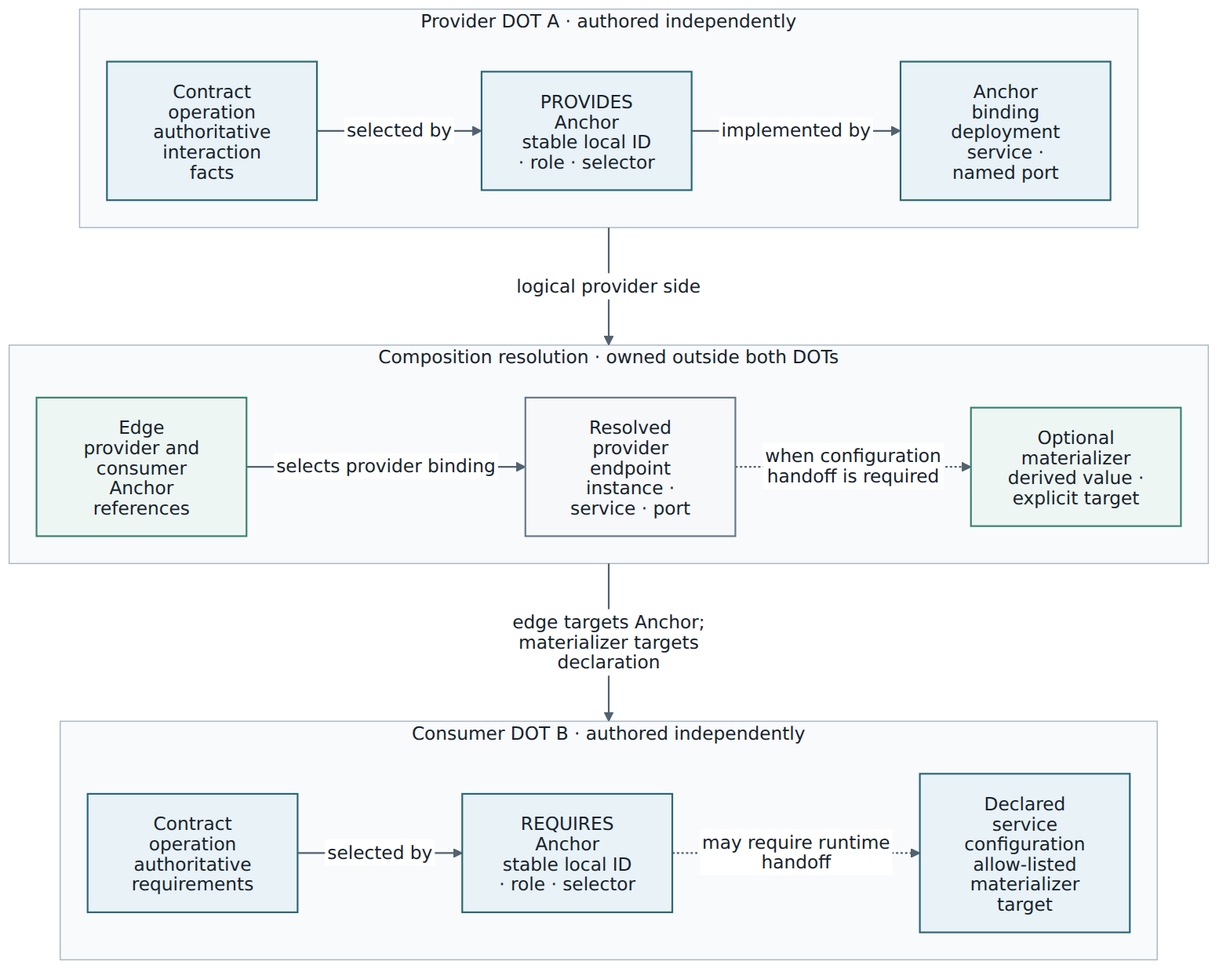
Before: DOT-Design/next/dot-design/_images/diagrams/dot-ownership-chain.png, a diagram exported from Mermaid (MARE-EU-Project/DOT-Docs). Its source is kept beside it as DOT-Design/next/dot-design/_attachments/diagrams/dot-ownership-chain.mmd.
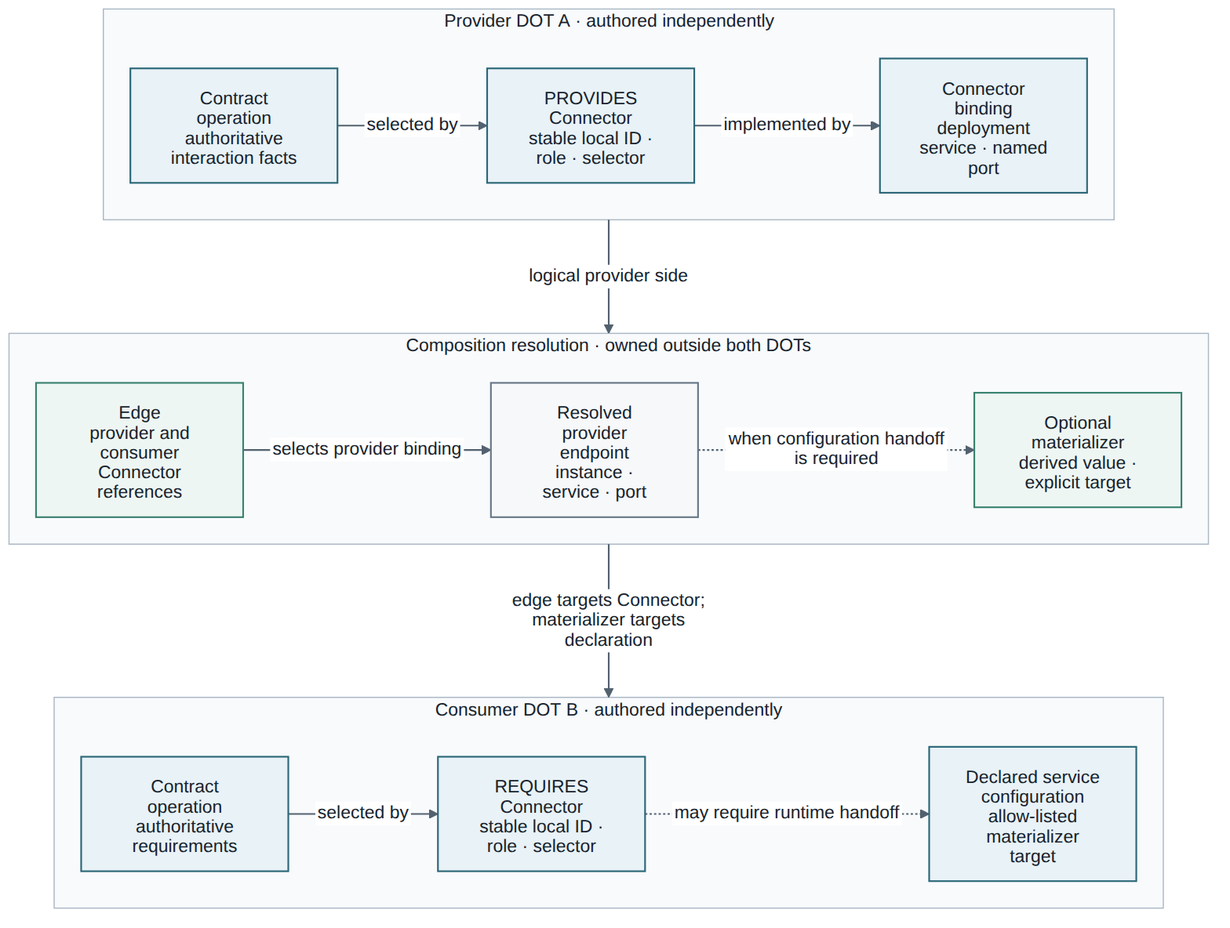
Later version of the same file.

What changed in the source:
```diff
@@ -1,19 +1,19 @@
 flowchart TB
   accTitle: Ownership chain from provider DOT to consumer DOT
-  accDescr: A provider Contract, Anchor, and service-port binding are connected through a composition-owned edge, resolved endpoint, and optional materializer to a consumer Anchor and declared configuration target.
+  accDescr: A provider Contract, Connector, and service-port binding are connected through a composition-owned edge, resolved endpoint, and optional materializer to a consumer Connector and declared configuration target.
 
   subgraph Provider["Provider DOT A · authored independently"]
     direction LR
     PContract["Contract operation<br/>authoritative interaction facts"]
-    PAnchor["PROVIDES Anchor<br/>stable local ID · role · selector"]
-    PBinding["Anchor binding<br/>deployment service · named port"]
-    PContract -->|selected by| PAnchor
-    PAnchor -->|implemented by| PBinding
+    PConnector["PROVIDES Connector<br/>stable local ID · role · selector"]
+    PBinding["Connector binding<br/>deployment service · named port"]
+    PContract -->|selected by| PConnector
+    PConnector -->|implemented by| PBinding
   end
 
   subgraph Resolution["Composition resolution · owned outside both DOTs"]
     direction LR
-    Edge["Edge<br/>provider and consumer Anchor references"]
+    Edge["Edge<br/>provider and consumer Connector references"]
     Endpoint["Resolved provider endpoint<br/>instance · service · port"]
     Materializer["Optional materializer<br/>derived value · explicit target"]
     Edge -->|selects provider binding| Endpoint
@@ -23,18 +23,18 @@
   subgraph Consumer["Consumer DOT B · authored independently"]
     direction LR
     CContract["Contract operation<br/>authoritative requirements"]
-    CAnchor["REQUIRES Anchor<br/>stable local ID · role · selector"]
+    CConnector["REQUIRES Connector<br/>stable local ID · role · selector"]
     CConfig["Declared service configuration<br/>allow-listed materializer target"]
-    CContract -->|selected by| CAnchor
-    CAnchor -.->|may require runtime handoff| CConfig
+    CContract -->|selected by| CConnector
+    CConnector -.->|may require runtime handoff| CConfig
   end
 
   Provider -->|logical provider side| Resolution
-  Resolution -->|edge targets Anchor; materializer targets declaration| Consumer
+  Resolution -->|edge targets Connector; materializer targets declaration| Consumer
 
   classDef definition fill:#e8f2f7,stroke:#2b6777,color:#17232d,stroke-width:1.5px;
   classDef topology fill:#eef6f3,stroke:#39826f,color:#17232d,stroke-width:1.5px;
   classDef runtime fill:#f6f8fa,stroke:#687887,color:#17232d,stroke-width:1.5px;
-  class PContract,PAnchor,PBinding,CContract,CAnchor,CConfig definition;
+  class PContract,PConnector,PBinding,CContract,CConnector,CConfig definition;
   class Edge,Materializer topology;
   class Endpoint runtime;
```
